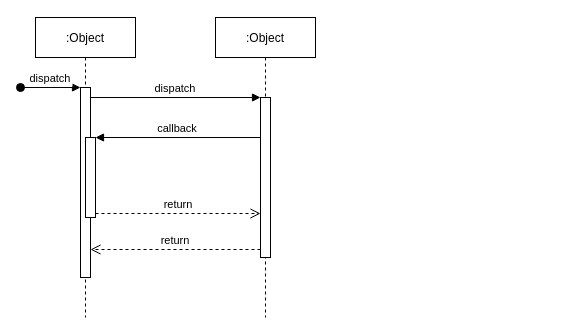
Before: TransportBussines.drawio in mrmango1/modeling, a draw.io diagram. Source tidied: cells renumbered, new cells numbered last; positions are measured from the earlier drawing's top-left corner, leaving out a move shared by most shapes. Both pictures are drawn from the tidied source at 100%, with x=0, y=0 at pixel (20, 17).
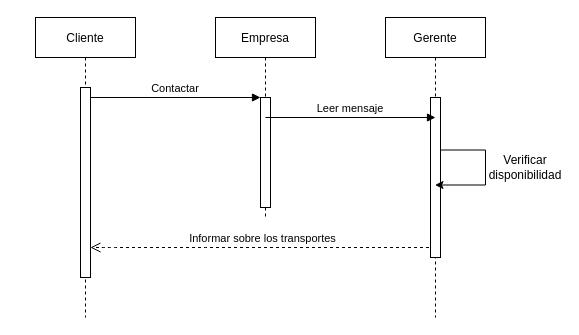
The same diagram, later.

Change to the diagram source:
```diff
@@
 <mxGraphModel>
   <root>
     <mxCell id="0" />
     <mxCell id="1" parent="0" />
-    <mxCell id="2" value=":Object" style="shape=umlLifeline;perimeter=lifelinePerimeter;rounded=0;shadow=0;strokeWidth=1;" parent="1" vertex="1">
+    <mxCell id="2" value="Cliente" style="shape=umlLifeline;perimeter=lifelinePerimeter;rounded=0;shadow=0;strokeWidth=1;" parent="1" vertex="1">
       <mxGeometry x="15" width="100" height="300" as="geometry" />
     </mxCell>
     <mxCell id="3" style="points=[];perimeter=orthogonalPerimeter;rounded=0;shadow=0;strokeWidth=1;" parent="2" vertex="1">
       <mxGeometry x="45" y="70" width="10" height="190" as="geometry" />
     </mxCell>
-    <mxCell id="4" value="dispatch" style="verticalAlign=bottom;startArrow=oval;endArrow=block;startSize=8;shadow=0;strokeWidth=1;" parent="2" edge="1" target="3">
-      <mxGeometry relative="1" as="geometry">
-        <mxPoint x="-15" y="70" as="sourcePoint" />
-      </mxGeometry>
-    </mxCell>
-    <mxCell id="5" style="points=[];perimeter=orthogonalPerimeter;rounded=0;shadow=0;strokeWidth=1;" parent="2" vertex="1">
-      <mxGeometry x="50" y="120" width="10" height="80" as="geometry" />
-    </mxCell>
-    <mxCell id="6" value=":Object" style="shape=umlLifeline;perimeter=lifelinePerimeter;rounded=0;shadow=0;strokeWidth=1;" parent="1" vertex="1">
-      <mxGeometry x="195" width="100" height="300" as="geometry" />
+    <mxCell id="6" value="Empresa" style="shape=umlLifeline;perimeter=lifelinePerimeter;rounded=0;shadow=0;strokeWidth=1;" parent="1" vertex="1">
+      <mxGeometry x="195" width="100" height="200" as="geometry" />
     </mxCell>
     <mxCell id="7" style="points=[];perimeter=orthogonalPerimeter;rounded=0;shadow=0;strokeWidth=1;" parent="6" vertex="1">
-      <mxGeometry x="45" y="80" width="10" height="160" as="geometry" />
+      <mxGeometry x="45" y="80" width="10" height="110" as="geometry" />
     </mxCell>
-    <mxCell id="8" value="return" style="verticalAlign=bottom;endArrow=open;dashed=1;endSize=8;exitX=0;exitY=0.95;shadow=0;strokeWidth=1;" parent="1" edge="1" source="7" target="3">
-      <mxGeometry relative="1" as="geometry" />
+    <mxCell id="8" value="Informar sobre los transportes" style="verticalAlign=bottom;endArrow=open;dashed=1;endSize=8;shadow=0;strokeWidth=1;" parent="1" edge="1" source="12" target="3">
+      <mxGeometry relative="1" as="geometry">
+        <Array as="points">
+          <mxPoint x="195" y="230" />
+          <mxPoint x="85" y="230" />
+        </Array>
+      </mxGeometry>
     </mxCell>
-    <mxCell id="9" value="dispatch" style="verticalAlign=bottom;endArrow=block;entryX=0;entryY=0;shadow=0;strokeWidth=1;" parent="1" edge="1" source="3" target="7">
+    <mxCell id="9" value="Contactar" style="verticalAlign=bottom;endArrow=block;entryX=0;entryY=0;shadow=0;strokeWidth=1;" parent="1" edge="1" source="3" target="7">
       <mxGeometry relative="1" as="geometry" />
     </mxCell>
-    <mxCell id="10" value="callback" style="verticalAlign=bottom;endArrow=block;entryX=1;entryY=0;shadow=0;strokeWidth=1;" parent="1" edge="1" source="7" target="5">
-      <mxGeometry relative="1" as="geometry" />
-    </mxCell>
-    <mxCell id="11" value="return" style="verticalAlign=bottom;endArrow=open;dashed=1;endSize=8;exitX=1;exitY=0.95;shadow=0;strokeWidth=1;" parent="1" edge="1" source="5" target="7">
-      <mxGeometry relative="1" as="geometry" />
-    </mxCell>
+    <mxCell id="12" value="Gerente" style="shape=umlLifeline;perimeter=lifelinePerimeter;rounded=0;shadow=0;strokeWidth=1;" parent="1" vertex="1">
+      <mxGeometry x="365" width="100" height="300" as="geometry" />
+    </mxCell>
+    <mxCell id="13" style="perimeter=orthogonalPerimeter;rounded=0;shadow=0;strokeWidth=1;" parent="12" vertex="1">
+      <mxGeometry x="45" y="80" width="10" height="160" as="geometry" />
+    </mxCell>
+    <mxCell id="14" style="endArrow=classic;html=1;rounded=0;" parent="12" edge="1">
+      <mxGeometry relative="1" as="geometry">
+        <mxPoint x="55" y="132.5" as="sourcePoint" />
+        <mxPoint x="49.5" y="167.5" as="targetPoint" />
+        <Array as="points">
+          <mxPoint x="100" y="132.5" />
+          <mxPoint x="100" y="167.5" />
+        </Array>
+      </mxGeometry>
+    </mxCell>
+    <mxCell id="15" value="Leer mensaje" style="verticalAlign=bottom;endArrow=block;entryX=0;entryY=0;shadow=0;strokeWidth=1;" parent="1" edge="1">
+      <mxGeometry relative="1" as="geometry">
+        <mxPoint x="245" y="100" as="sourcePoint" />
+        <mxPoint x="415" y="100" as="targetPoint" />
+      </mxGeometry>
+    </mxCell>
+    <mxCell id="16" value="Verificar&lt;br&gt;disponibilidad" style="text;html=1;strokeColor=none;fillColor=none;align=center;verticalAlign=middle;whiteSpace=wrap;rounded=0;" parent="1" vertex="1">
+      <mxGeometry x="475" y="135" width="60" height="30" as="geometry" />
+    </mxCell>
   </root>
 </mxGraphModel>
```
